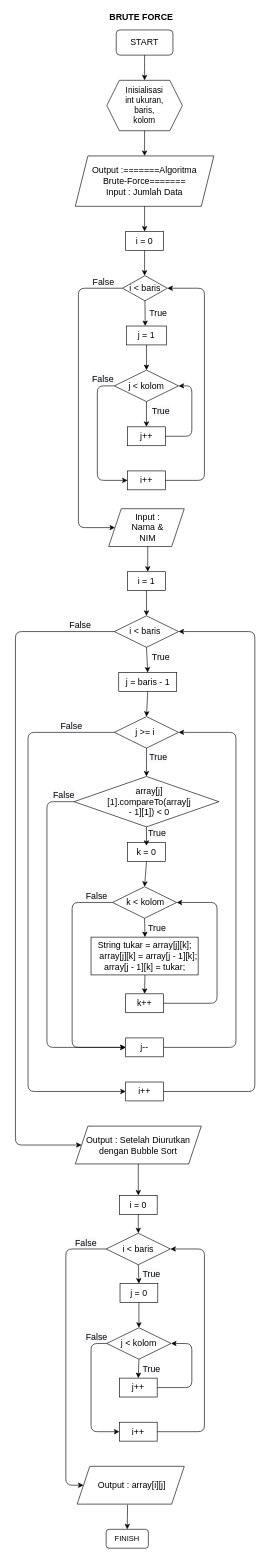
Earlier version of the draw.io diagram [S3] Algoritma Pemrograman - Modul 6.drawio (rasvanjaya21/drawio). Source tidied: cells renumbered, new cells numbered last; positions are measured from the earlier drawing's top-left corner, leaving out a move shared by most shapes. Both pictures are drawn from the tidied source at 63%, with x=0, y=0 at pixel (15, 11).
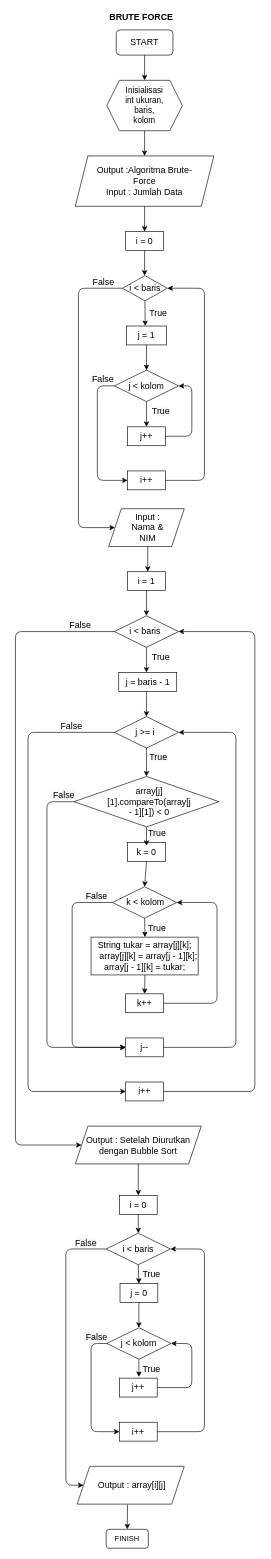
The same diagram, later.

Unchanged cells that the change refers to:
```xml
<mxCell id="35" style="rhombus;whiteSpace=wrap;html=1;" parent="1" vertex="1">
  <mxGeometry x="157" y="960" width="102" height="50" as="geometry" />
</mxCell>
<mxCell id="36" style="rounded=0;whiteSpace=wrap;html=1;" parent="1" vertex="1">
  <mxGeometry x="164" y="1050" width="92" height="30" as="geometry" />
</mxCell>
<mxCell id="37" style="rhombus;whiteSpace=wrap;html=1;" parent="1" vertex="1">
  <mxGeometry x="157" y="1120" width="102" height="50" as="geometry" />
</mxCell>
<mxCell id="75" value="&lt;font style=&quot;font-size: 14px&quot;&gt;j &amp;lt; kolom&lt;/font&gt;" style="rhombus;whiteSpace=wrap;html=1;" parent="1" vertex="1">
  <mxGeometry x="145" y="2090" width="102" height="50" as="geometry" />
</mxCell>
<mxCell id="76" value="&lt;font style=&quot;font-size: 14px&quot;&gt;j++&lt;/font&gt;" style="rounded=0;whiteSpace=wrap;html=1;" parent="1" vertex="1">
  <mxGeometry x="165" y="2170" width="60" height="30" as="geometry" />
</mxCell>
```

Diff of the diagram source:
```diff
@@
-    <mxCell id="9" value="&lt;span style=&quot;font-size: 14px&quot;&gt;Output :=======Algoritma Brute-Force=======&lt;/span&gt;&lt;br&gt;&lt;span style=&quot;font-size: 14px&quot;&gt;&amp;nbsp;Input : Jumlah Data&amp;nbsp;&lt;/span&gt;" style="text;html=1;strokeColor=none;fillColor=none;align=center;verticalAlign=middle;whiteSpace=wrap;rounded=0;" parent="1" vertex="1">
+    <mxCell id="9" value="&lt;span style=&quot;font-size: 14px&quot;&gt;Output :Algoritma Brute-Force&lt;/span&gt;&lt;br&gt;&lt;span style=&quot;font-size: 14px&quot;&gt;&amp;nbsp;Input : Jumlah Data&amp;nbsp;&lt;/span&gt;" style="text;html=1;strokeColor=none;fillColor=none;align=center;verticalAlign=middle;whiteSpace=wrap;rounded=0;" parent="1" vertex="1">
       <mxGeometry x="115" y="230" width="180" height="80" as="geometry" />
     </mxCell>
@@
-    <mxCell id="47" style="endArrow=classic;html=1;exitX=0.5;exitY=1;exitDx=0;exitDy=0;" parent="1" edge="1" source="35">
-      <mxGeometry relative="1" as="geometry">
-        <mxPoint x="210" y="1050" as="targetPoint" />
-      </mxGeometry>
+    <mxCell id="47" style="endArrow=classic;html=1;exitX=0.5;exitY=1;exitDx=0;exitDy=0;entryX=0.478;entryY=0;entryDx=0;entryDy=0;entryPerimeter=0;" parent="1" edge="1" source="35" target="36">
+      <mxGeometry relative="1" as="geometry" />
     </mxCell>
-    <mxCell id="48" style="endArrow=classic;html=1;exitX=0.5;exitY=1;exitDx=0;exitDy=0;entryX=0.5;entryY=0;entryDx=0;entryDy=0;" parent="1" edge="1" source="36" target="37">
-      <mxGeometry relative="1" as="geometry" />
+    <mxCell id="48" style="endArrow=classic;html=1;entryX=0.5;entryY=0;entryDx=0;entryDy=0;" parent="1" edge="1" target="37">
+      <mxGeometry relative="1" as="geometry">
+        <mxPoint x="208" y="1080" as="sourcePoint" />
+      </mxGeometry>
     </mxCell>
@@
-    <mxCell id="82" style="endArrow=classic;html=1;exitX=0.5;exitY=1;exitDx=0;exitDy=0;entryX=0.5;entryY=0;entryDx=0;entryDy=0;" parent="1" edge="1" source="75" target="76">
-      <mxGeometry relative="1" as="geometry" />
+    <mxCell id="82" style="endArrow=classic;html=1;exitX=0.5;exitY=1;exitDx=0;exitDy=0;" parent="1" edge="1" source="75">
+      <mxGeometry relative="1" as="geometry">
+        <mxPoint x="196" y="2168" as="targetPoint" />
+      </mxGeometry>
     </mxCell>
```
